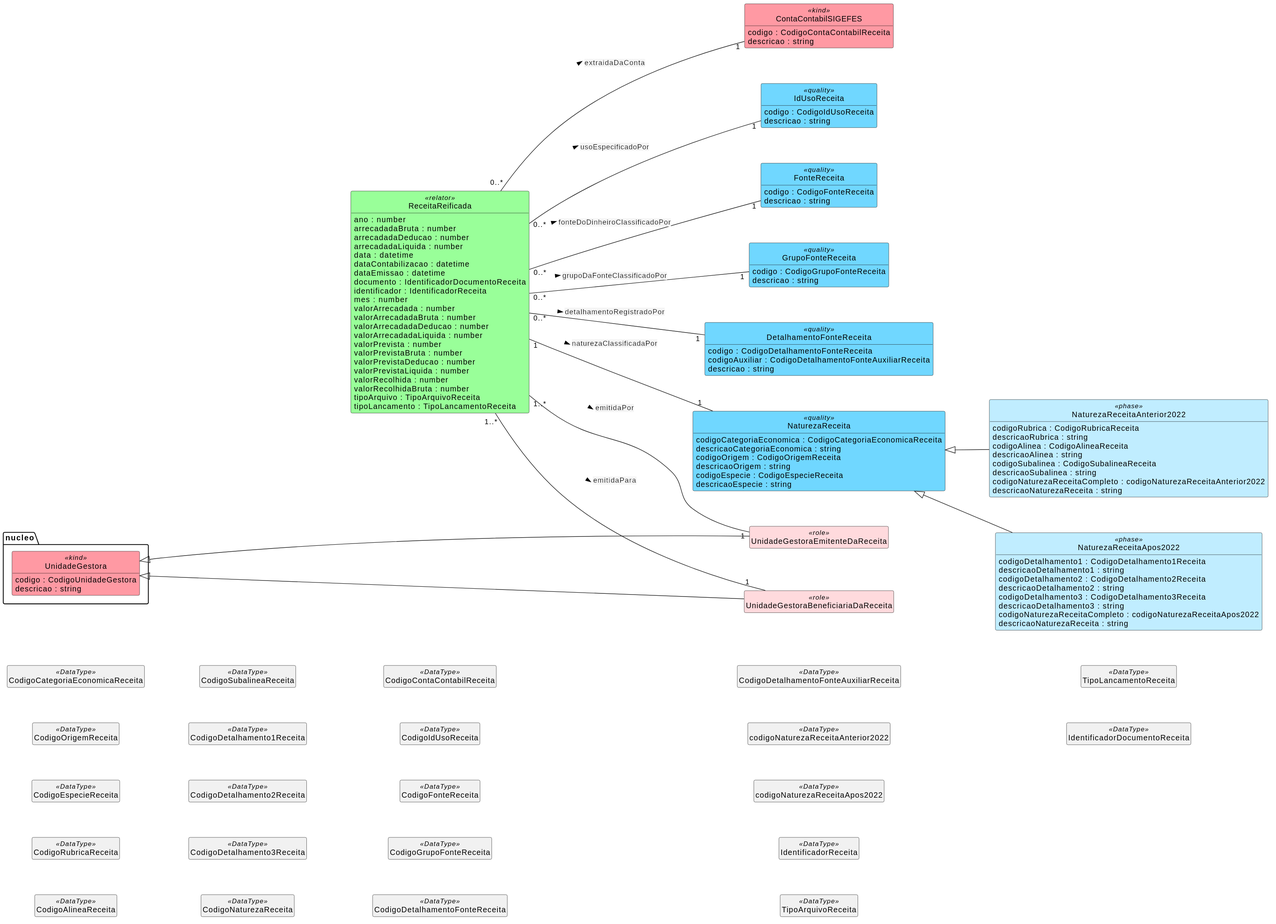
Before: generated/receitas.svg, a diagram exported from PlantUML (Renzo-Henrique/secont-ontologias).
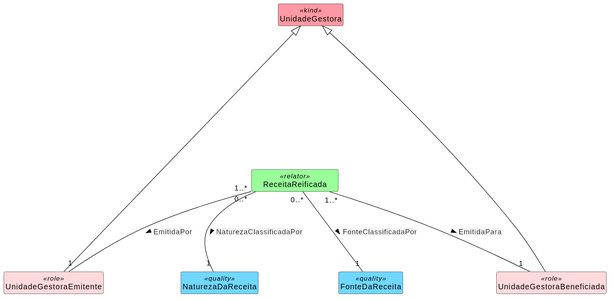
After the commit.

Commit message:
geracao da imagem de receitas com PlantUML

Diff of the diagram source:
```diff
@@ -1,152 +1,29 @@
 @startuml
 set separator none
-left to right direction
+top to bottom direction
 skinparam classAttributeIconSize 0
 hide empty members
-skinparam nodesep 65
-skinparam ranksep 80
+skinparam nodesep 100
+skinparam ranksep 130
 skinparam backgroundColor white
 hide circle
-class "ContaContabilSIGEFES" <<kind>> #FF99A3 {
-  codigo : CodigoContaContabilReceita
-  descricao : string
+class "NaturezaDaReceita" <<quality>> #70D7FF {
 }
-class "IdUsoReceita" <<quality>> #70D7FF {
-  codigo : CodigoIdUsoReceita
-  descricao : string
+class "FonteDaReceita" <<quality>> #70D7FF {
 }
-class "FonteReceita" <<quality>> #70D7FF {
-  codigo : CodigoFonteReceita
-  descricao : string
+class ReceitaReificada as "    ReceitaReificada    " <<relator>> #99FF99 {
 }
-class "GrupoFonteReceita" <<quality>> #70D7FF {
-  codigo : CodigoGrupoFonteReceita
-  descricao : string
+class "UnidadeGestoraEmitente" <<role>> #FFDADD {
 }
-class "DetalhamentoFonteReceita" <<quality>> #70D7FF {
-  codigo : CodigoDetalhamentoFonteReceita
-  codigoAuxiliar : CodigoDetalhamentoFonteAuxiliarReceita
-  descricao : string
-}
-class NaturezaReceita as "  NaturezaReceita  " <<quality>> #70D7FF {
-  codigoCategoriaEconomica : CodigoCategoriaEconomicaReceita
-  descricaoCategoriaEconomica : string
-  codigoOrigem : CodigoOrigemReceita
-  descricaoOrigem : string
-  codigoEspecie : CodigoEspecieReceita
-  descricaoEspecie : string
-}
-class ReceitaReificada as "            ReceitaReificada            " <<relator>> #99FF99 {
-  ano : number
-  arrecadadaBruta : number
-  arrecadadaDeducao : number
-  arrecadadaLiquida : number
-  data : datetime
-  dataContabilizacao : datetime
-  dataEmissao : datetime
-  documento : IdentificadorDocumentoReceita
-  identificador : IdentificadorReceita
-  mes : number
-  valorArrecadada : number
-  valorArrecadadaBruta : number
-  valorArrecadadaDeducao : number
-  valorArrecadadaLiquida : number
-  valorPrevista : number
-  valorPrevistaBruta : number
-  valorPrevistaDeducao : number
-  valorPrevistaLiquida : number
-  valorRecolhida : number
-  valorRecolhidaBruta : number
-  tipoArquivo : TipoArquivoReceita
-  tipoLancamento : TipoLancamentoReceita
-}
-class "NaturezaReceitaAnterior2022" <<phase>> #C0EDFF {
-  codigoRubrica : CodigoRubricaReceita
-  descricaoRubrica : string
-  codigoAlinea : CodigoAlineaReceita
-  descricaoAlinea : string
-  codigoSubalinea : CodigoSubalineaReceita
-  descricaoSubalinea : string
-  codigoNaturezaReceitaCompleto : codigoNaturezaReceitaAnterior2022
-  descricaoNaturezaReceita : string
-}
-class "NaturezaReceitaApos2022" <<phase>> #C0EDFF {
-  codigoDetalhamento1 : CodigoDetalhamento1Receita
-  descricaoDetalhamento1 : string
-  codigoDetalhamento2 : CodigoDetalhamento2Receita
-  descricaoDetalhamento2 : string
-  codigoDetalhamento3 : CodigoDetalhamento3Receita
-  descricaoDetalhamento3 : string
-  codigoNaturezaReceitaCompleto : codigoNaturezaReceitaApos2022
-  descricaoNaturezaReceita : string
-}
-class "UnidadeGestoraEmitenteDaReceita" <<role>> #FFDADD {
-}
-class "UnidadeGestoraBeneficiariaDaReceita" <<role>> #FFDADD {
-}
-class "CodigoCategoriaEconomicaReceita" <<DataType>> {
-}
-class "CodigoOrigemReceita" <<DataType>> {
-}
-class "CodigoEspecieReceita" <<DataType>> {
-}
-class "CodigoRubricaReceita" <<DataType>> {
-}
-class "CodigoAlineaReceita" <<DataType>> {
-}
-class "CodigoSubalineaReceita" <<DataType>> {
-}
-class "CodigoDetalhamento1Receita" <<DataType>> {
-}
-class "CodigoDetalhamento2Receita" <<DataType>> {
-}
-class "CodigoDetalhamento3Receita" <<DataType>> {
-}
-class "CodigoNaturezaReceita" <<DataType>> {
-}
-class "CodigoContaContabilReceita" <<DataType>> {
-}
-class "CodigoIdUsoReceita" <<DataType>> {
-}
-class "CodigoFonteReceita" <<DataType>> {
-}
-class "CodigoGrupoFonteReceita" <<DataType>> {
-}
-class "CodigoDetalhamentoFonteReceita" <<DataType>> {
-}
-class "CodigoDetalhamentoFonteAuxiliarReceita" <<DataType>> {
-}
-class "codigoNaturezaReceitaAnterior2022" <<DataType>> {
-}
-class "codigoNaturezaReceitaApos2022" <<DataType>> {
-}
-class "IdentificadorReceita" <<DataType>> {
-}
-class "TipoArquivoReceita" <<DataType>> {
-}
-class "TipoLancamentoReceita" <<DataType>> {
-}
-class "IdentificadorReceita" <<DataType>> {
-}
-class "IdentificadorDocumentoReceita" <<DataType>> {
+class "UnidadeGestoraBeneficiada" <<role>> #FFDADD {
 }
 
-package "nucleo" {
 class nucleo_UnidadeGestora as "UnidadeGestora" <<kind>> #FF99A3 {
-  codigo : CodigoUnidadeGestora
-  descricao : string
 }
-}
-NaturezaReceita <|-- "NaturezaReceitaAnterior2022"
-NaturezaReceita <|-- "NaturezaReceitaApos2022"
-nucleo_UnidadeGestora <|---- "UnidadeGestoraEmitenteDaReceita"
-nucleo_UnidadeGestora <|---- "UnidadeGestoraBeneficiariaDaReceita"
-ReceitaReificada "1..*" -- "1" "UnidadeGestoraBeneficiariaDaReceita" : <back:WhiteSmoke>emitidaPara</back> >
-ReceitaReificada "1..*" -- "1" "UnidadeGestoraEmitenteDaReceita" : <back:WhiteSmoke>emitidaPor</back> >
-ReceitaReificada "1" -- "1" NaturezaReceita : <back:WhiteSmoke>naturezaClassificadaPor</back> >
-ReceitaReificada "0..*" -- "1" "ContaContabilSIGEFES" : <back:WhiteSmoke>extraidaDaConta</back> >
-ReceitaReificada "0..*" -- "1" "IdUsoReceita" : <back:WhiteSmoke>usoEspecificadoPor</back> >
-ReceitaReificada "0..*" -- "1" "FonteReceita" : <back:WhiteSmoke>fonteDoDinheiroClassificadoPor</back> >
-ReceitaReificada "0..*" -- "1" "GrupoFonteReceita" : <back:WhiteSmoke>grupoDaFonteClassificadoPor</back> >
-ReceitaReificada "0..*" -- "1" "DetalhamentoFonteReceita" : <back:WhiteSmoke>detalhamentoRegistradoPor</back> >
+ReceitaReificada "1..*" -- "1" "UnidadeGestoraEmitente" : <back:WhiteSmoke>EmitidaPor</back> >
+ReceitaReificada "1..*" -- "1" "UnidadeGestoraBeneficiada" : <back:WhiteSmoke>EmitidaPara</back> >
+nucleo_UnidadeGestora <|---- "UnidadeGestoraEmitente"
+nucleo_UnidadeGestora <|---- "UnidadeGestoraBeneficiada"
+ReceitaReificada "0..*" -- "1" "NaturezaDaReceita" : <back:WhiteSmoke>NaturezaClassificadaPor</back> >
+ReceitaReificada "0..*" -- "1" "FonteDaReceita" : <back:WhiteSmoke>FonteClassificadaPor</back> >
 @enduml
```
